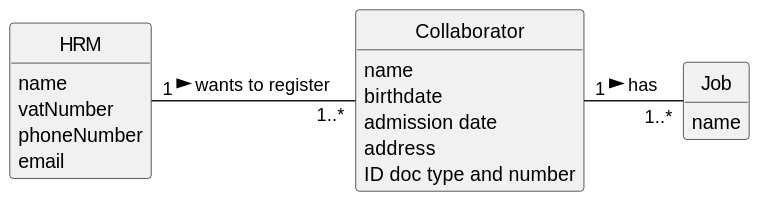
tiagosoa/lei-24-s2-1dgh-g073 keeps this PlantUML diagram as docs/sprint3/us003/02.analysis/svg/us003-domain-model.svg. Above is the earlier version.
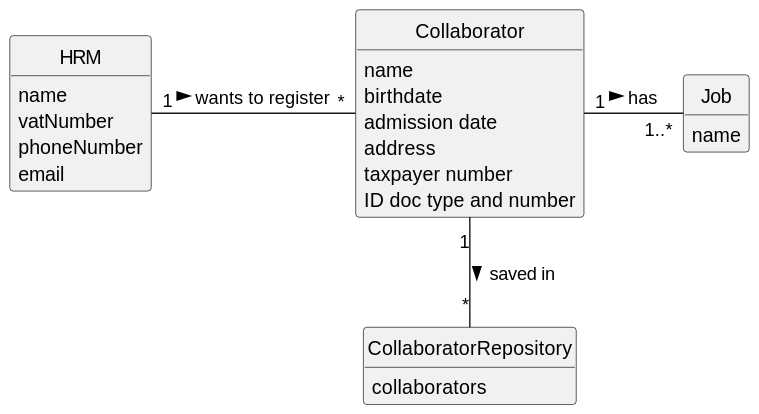
Later version of the same file.

The edit, as a diff of the source:
```diff
@@ -28,10 +28,16 @@
     admission date
     address
     contact info (mobile and email)
+    taxpayer number
     ID doc type and number
 }
 
+class CollaboratorRepository {
+    collaborators
+}
 
-HRM "1" - "1..*" Collaborator : wants to register >
+
+HRM "1" - "*" Collaborator : wants to register >
+Collaborator "1" --down "*" CollaboratorRepository : saved in >
 Collaborator "1" - "1..*" Job : has >
 @enduml
```
